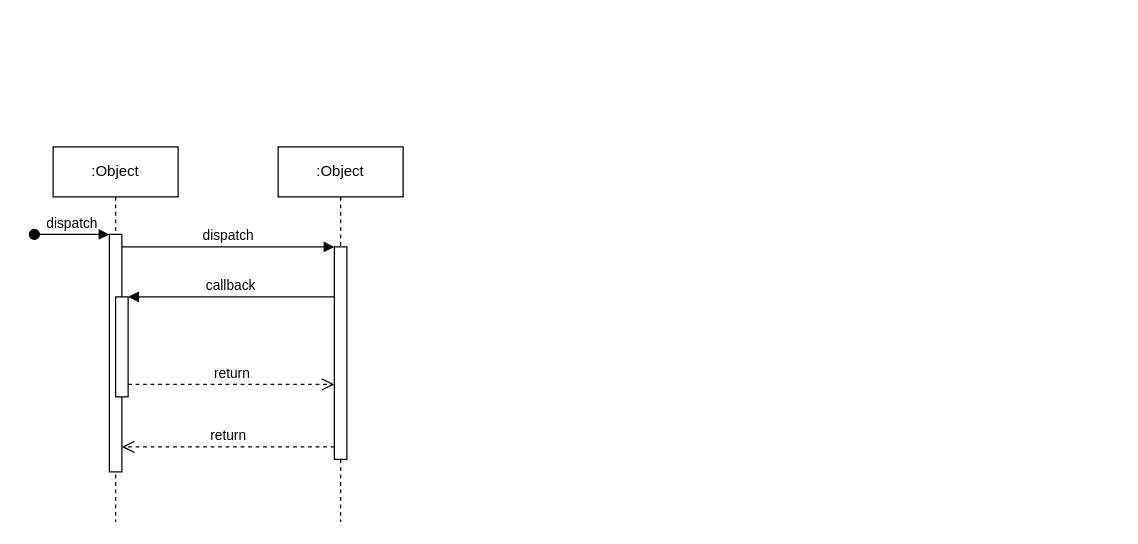
Earlier version of the draw.io diagram 新建序列图.drawio (liuyang0228/text). Source tidied: cells renumbered, new cells numbered last; positions are measured from the earlier drawing's top-left corner, leaving out a move shared by most shapes. Both pictures are drawn from the tidied source at 125%, with x=0, y=0 at pixel (34, 146).
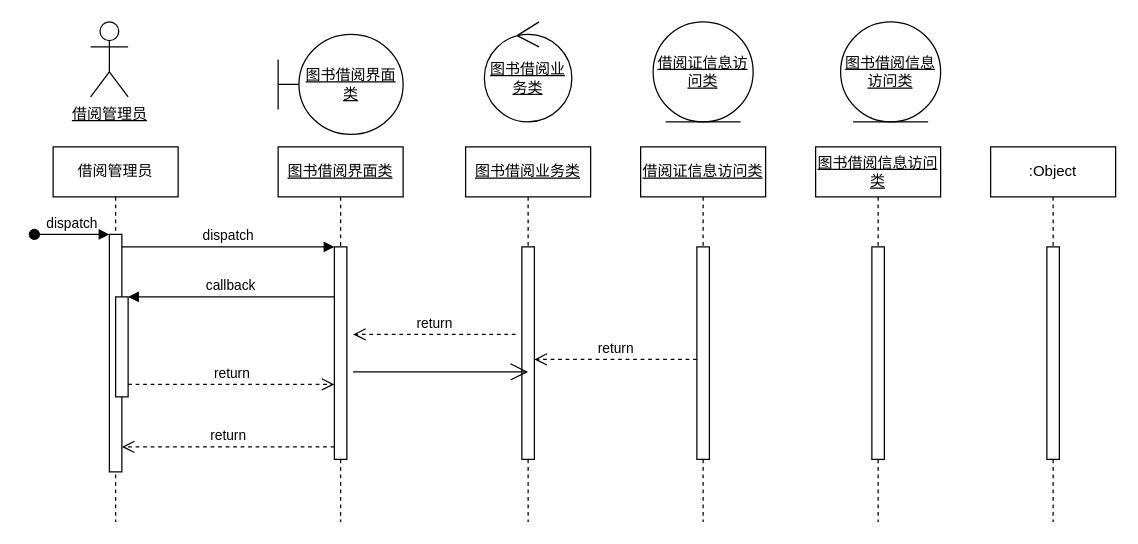
The same diagram, later.

Commit message (it also covers changes not shown here):
更新新建序列图.drawio

What changed in the source:
```diff
@@
-    <mxCell id="2" value=":Object" style="shape=umlLifeline;perimeter=lifelinePerimeter;whiteSpace=wrap;html=1;newEdgeStyle={&quot;edgeStyle&quot;:&quot;elbowEdgeStyle&quot;,&quot;elbow&quot;:&quot;vertical&quot;,&quot;curved&quot;:0,&quot;rounded&quot;:0};" parent="1" vertex="1">
+    <mxCell id="2" value="借阅管理员" style="shape=umlLifeline;perimeter=lifelinePerimeter;whiteSpace=wrap;html=1;newEdgeStyle={&quot;edgeStyle&quot;:&quot;elbowEdgeStyle&quot;,&quot;elbow&quot;:&quot;vertical&quot;,&quot;curved&quot;:0,&quot;rounded&quot;:0};" parent="1" vertex="1">
       <mxGeometry x="15" width="100" height="300" as="geometry" />
     </mxCell>
@@
-    <mxCell id="6" value=":Object" style="shape=umlLifeline;perimeter=lifelinePerimeter;whiteSpace=wrap;html=1;newEdgeStyle={&quot;edgeStyle&quot;:&quot;elbowEdgeStyle&quot;,&quot;elbow&quot;:&quot;vertical&quot;,&quot;curved&quot;:0,&quot;rounded&quot;:0};" parent="1" vertex="1">
+    <mxCell id="6" value="&lt;u&gt;图书借阅界面类&lt;/u&gt;" style="shape=umlLifeline;perimeter=lifelinePerimeter;whiteSpace=wrap;html=1;newEdgeStyle={&quot;edgeStyle&quot;:&quot;elbowEdgeStyle&quot;,&quot;elbow&quot;:&quot;vertical&quot;,&quot;curved&quot;:0,&quot;rounded&quot;:0};" parent="1" vertex="1">
       <mxGeometry x="195" width="100" height="300" as="geometry" />
     </mxCell>
@@
+    <mxCell id="12" value="&lt;u&gt;图书借阅业务类&lt;/u&gt;" style="shape=umlLifeline;perimeter=lifelinePerimeter;whiteSpace=wrap;html=1;newEdgeStyle={&quot;edgeStyle&quot;:&quot;elbowEdgeStyle&quot;,&quot;elbow&quot;:&quot;vertical&quot;,&quot;curved&quot;:0,&quot;rounded&quot;:0};" parent="1" vertex="1">
+      <mxGeometry x="345" width="100" height="300" as="geometry" />
+    </mxCell>
+    <mxCell id="13" style="html=1;perimeter=orthogonalPerimeter;targetShapes=umlLifeline;newEdgeStyle={&quot;edgeStyle&quot;:&quot;elbowEdgeStyle&quot;,&quot;elbow&quot;:&quot;vertical&quot;,&quot;curved&quot;:0,&quot;rounded&quot;:0};" parent="12" vertex="1">
+      <mxGeometry x="45" y="80" width="10" height="170" as="geometry" />
+    </mxCell>
+    <mxCell id="14" value="&lt;u&gt;借阅证信息访问类&lt;/u&gt;" style="shape=umlLifeline;perimeter=lifelinePerimeter;whiteSpace=wrap;html=1;newEdgeStyle={&quot;edgeStyle&quot;:&quot;elbowEdgeStyle&quot;,&quot;elbow&quot;:&quot;vertical&quot;,&quot;curved&quot;:0,&quot;rounded&quot;:0};" parent="1" vertex="1">
+      <mxGeometry x="485" width="100" height="300" as="geometry" />
+    </mxCell>
+    <mxCell id="15" style="html=1;perimeter=orthogonalPerimeter;targetShapes=umlLifeline;newEdgeStyle={&quot;edgeStyle&quot;:&quot;elbowEdgeStyle&quot;,&quot;elbow&quot;:&quot;vertical&quot;,&quot;curved&quot;:0,&quot;rounded&quot;:0};" parent="14" vertex="1">
+      <mxGeometry x="45" y="80" width="10" height="170" as="geometry" />
+    </mxCell>
+    <mxCell id="16" value="&lt;u&gt;图书借阅信息访问类&lt;/u&gt;" style="shape=umlLifeline;perimeter=lifelinePerimeter;whiteSpace=wrap;html=1;newEdgeStyle={&quot;edgeStyle&quot;:&quot;elbowEdgeStyle&quot;,&quot;elbow&quot;:&quot;vertical&quot;,&quot;curved&quot;:0,&quot;rounded&quot;:0};" parent="1" vertex="1">
+      <mxGeometry x="625" width="100" height="300" as="geometry" />
+    </mxCell>
+    <mxCell id="17" style="html=1;perimeter=orthogonalPerimeter;targetShapes=umlLifeline;newEdgeStyle={&quot;edgeStyle&quot;:&quot;elbowEdgeStyle&quot;,&quot;elbow&quot;:&quot;vertical&quot;,&quot;curved&quot;:0,&quot;rounded&quot;:0};" parent="16" vertex="1">
+      <mxGeometry x="45" y="80" width="10" height="170" as="geometry" />
+    </mxCell>
+    <mxCell id="18" value=":Object" style="shape=umlLifeline;perimeter=lifelinePerimeter;whiteSpace=wrap;html=1;newEdgeStyle={&quot;edgeStyle&quot;:&quot;elbowEdgeStyle&quot;,&quot;elbow&quot;:&quot;vertical&quot;,&quot;curved&quot;:0,&quot;rounded&quot;:0};" parent="1" vertex="1">
+      <mxGeometry x="765" width="100" height="300" as="geometry" />
+    </mxCell>
+    <mxCell id="19" style="html=1;perimeter=orthogonalPerimeter;targetShapes=umlLifeline;newEdgeStyle={&quot;edgeStyle&quot;:&quot;elbowEdgeStyle&quot;,&quot;elbow&quot;:&quot;vertical&quot;,&quot;curved&quot;:0,&quot;rounded&quot;:0};" parent="18" vertex="1">
+      <mxGeometry x="45" y="80" width="10" height="170" as="geometry" />
+    </mxCell>
+    <mxCell id="20" style="endArrow=open;endFill=1;endSize=12;html=1;rounded=0;" parent="1" edge="1">
+      <mxGeometry relative="1" as="geometry">
+        <mxPoint x="255" y="180" as="sourcePoint" />
+        <mxPoint x="395" y="180" as="targetPoint" />
+      </mxGeometry>
+    </mxCell>
+    <mxCell id="21" value="&lt;u&gt;图书借阅界面类&lt;/u&gt;" style="shape=umlBoundary;whiteSpace=wrap;html=1;" parent="1" vertex="1">
+      <mxGeometry x="195" y="-90" width="100" height="80" as="geometry" />
+    </mxCell>
+    <mxCell id="22" value="&lt;u&gt;图书借阅业务类&lt;/u&gt;" style="ellipse;shape=umlControl;whiteSpace=wrap;html=1;" parent="1" vertex="1">
+      <mxGeometry x="360" y="-100" width="70" height="80" as="geometry" />
+    </mxCell>
+    <mxCell id="23" value="&lt;u&gt;借阅证信息访问类&lt;/u&gt;" style="ellipse;shape=umlEntity;whiteSpace=wrap;html=1;" parent="1" vertex="1">
+      <mxGeometry x="495" y="-100" width="80" height="80" as="geometry" />
+    </mxCell>
+    <mxCell id="24" value="&lt;u&gt;图书借阅信息访问类&lt;/u&gt;" style="ellipse;shape=umlEntity;whiteSpace=wrap;html=1;" parent="1" vertex="1">
+      <mxGeometry x="645" y="-100" width="80" height="80" as="geometry" />
+    </mxCell>
+    <mxCell id="25" value="return" style="html=1;verticalAlign=bottom;endArrow=open;dashed=1;endSize=8;edgeStyle=elbowEdgeStyle;elbow=vertical;curved=0;rounded=0;" parent="1" edge="1">
+      <mxGeometry relative="1" as="geometry">
+        <mxPoint x="385" y="149.9" as="sourcePoint" />
+        <mxPoint x="255" y="150" as="targetPoint" />
+      </mxGeometry>
+    </mxCell>
+    <mxCell id="26" value="return" style="html=1;verticalAlign=bottom;endArrow=open;dashed=1;endSize=8;edgeStyle=elbowEdgeStyle;elbow=vertical;curved=0;rounded=0;" parent="1" edge="1">
+      <mxGeometry relative="1" as="geometry">
+        <mxPoint x="530" y="170" as="sourcePoint" />
+        <mxPoint x="400" y="170.1" as="targetPoint" />
+      </mxGeometry>
+    </mxCell>
+    <mxCell id="27" value="&lt;u&gt;借阅管理员&lt;/u&gt;" style="shape=umlActor;verticalLabelPosition=bottom;verticalAlign=top;html=1;" parent="1" vertex="1">
+      <mxGeometry x="45" y="-100" width="30" height="60" as="geometry" />
+    </mxCell>
```
